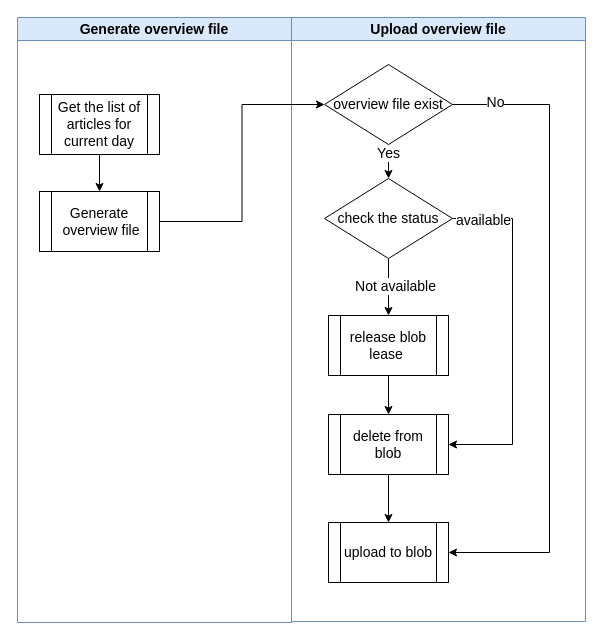
Before: page "Page-3" (3 of 3) of 5200.drawio in hy986/Repo_0110, a draw.io diagram. Source tidied: cells renumbered, new cells numbered last; positions are measured from the earlier drawing's top-left corner, leaving out a move shared by most shapes. Both pictures are drawn from the tidied source at 100%, with x=0, y=0 at pixel (17, 17).
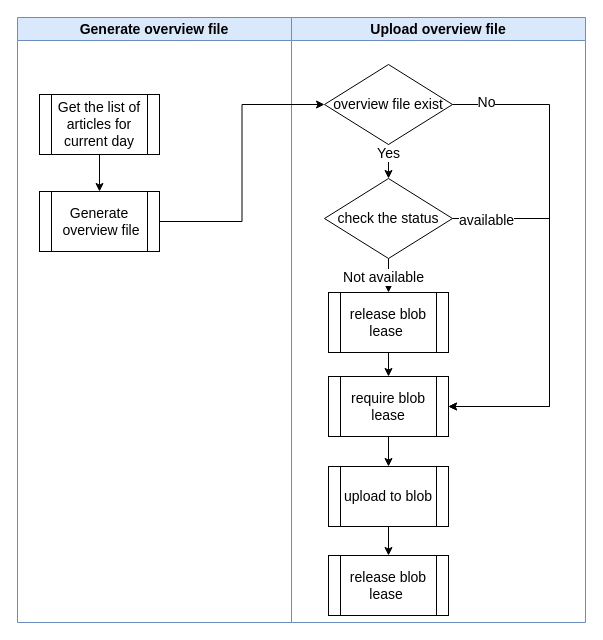
After the change.

The change refers to these unchanged cells:
```xml
<mxCell id="12" value="check the status" style="rhombus;whiteSpace=wrap;html=1;fontSize=14;" parent="6" vertex="1">
  <mxGeometry x="33" y="161" width="128" height="80" as="geometry" />
</mxCell>
<mxCell id="17" value="overview file exist" style="rhombus;whiteSpace=wrap;html=1;fontSize=14;" parent="6" vertex="1">
  <mxGeometry x="33" y="47" width="128" height="80" as="geometry" />
</mxCell>
```

Diff of the diagram source:
```diff
@@
     <mxCell id="6" value="Upload overview file" style="swimlane;whiteSpace=wrap;html=1;fontSize=14;fillColor=#dae8fc;strokeColor=#6c8ebf;" parent="1" vertex="1">
-      <mxGeometry x="274" width="294" height="604" as="geometry" />
+      <mxGeometry x="274" width="294" height="605" as="geometry" />
     </mxCell>
@@
     <mxCell id="10" style="edgeStyle=orthogonalEdgeStyle;rounded=0;jettySize=auto;html=1;entryX=1;entryY=0.5;entryDx=0;entryDy=0;exitX=1;exitY=0.5;exitDx=0;exitDy=0;fontSize=14;" parent="6" edge="1" source="12" target="21">
       <mxGeometry relative="1" as="geometry">
         <Array as="points">
-          <mxPoint x="221" y="201" />
-          <mxPoint x="221" y="427" />
+          <mxPoint x="258" y="201" />
+          <mxPoint x="258" y="389" />
         </Array>
       </mxGeometry>
     </mxCell>
@@
-    <mxCell id="15" style="edgeStyle=orthogonalEdgeStyle;rounded=0;jettySize=auto;html=1;entryX=1;entryY=0.5;entryDx=0;entryDy=0;exitX=1;exitY=0.5;exitDx=0;exitDy=0;fontSize=14;" parent="6" edge="1" source="17" target="22">
+    <mxCell id="15" style="edgeStyle=orthogonalEdgeStyle;rounded=0;jettySize=auto;html=1;entryX=1;entryY=0.5;entryDx=0;entryDy=0;exitX=1;exitY=0.5;exitDx=0;exitDy=0;fontSize=14;" parent="6" edge="1" source="17" target="21">
       <mxGeometry relative="1" as="geometry">
         <Array as="points">
           <mxPoint x="258" y="87" />
-          <mxPoint x="258" y="535" />
+          <mxPoint x="258" y="389" />
         </Array>
       </mxGeometry>
     </mxCell>
@@
     <mxCell id="19" value="release blob lease&amp;nbsp;" style="shape=process;whiteSpace=wrap;html=1;backgroundOutline=1;fontSize=14;" parent="6" vertex="1">
-      <mxGeometry x="37" y="298" width="120" height="60" as="geometry" />
+      <mxGeometry x="37" y="275" width="120" height="60" as="geometry" />
     </mxCell>
@@
-    <mxCell id="21" value="delete from blob" style="shape=process;whiteSpace=wrap;html=1;backgroundOutline=1;fontSize=14;" parent="6" vertex="1">
-      <mxGeometry x="37" y="397" width="120" height="60" as="geometry" />
+    <mxCell id="21" value="require blob lease" style="shape=process;whiteSpace=wrap;html=1;backgroundOutline=1;fontSize=14;" parent="6" vertex="1">
+      <mxGeometry x="37" y="359" width="120" height="60" as="geometry" />
     </mxCell>
+    <mxCell id="24" style="edgeStyle=orthogonalEdgeStyle;rounded=0;jettySize=auto;html=1;exitX=0.5;exitY=1;exitDx=0;exitDy=0;" parent="6" edge="1" source="22" target="25">
+      <mxGeometry relative="1" as="geometry" />
+    </mxCell>
     <mxCell id="22" value="upload to blob" style="shape=process;whiteSpace=wrap;html=1;backgroundOutline=1;fontSize=14;" parent="6" vertex="1">
-      <mxGeometry x="37" y="505" width="120" height="60" as="geometry" />
+      <mxGeometry x="37" y="449" width="120" height="60" as="geometry" />
     </mxCell>
+    <mxCell id="25" value="release blob lease&amp;nbsp;" style="shape=process;whiteSpace=wrap;html=1;backgroundOutline=1;fontSize=14;" parent="6" vertex="1">
+      <mxGeometry x="37" y="538" width="120" height="60" as="geometry" />
+    </mxCell>
```
